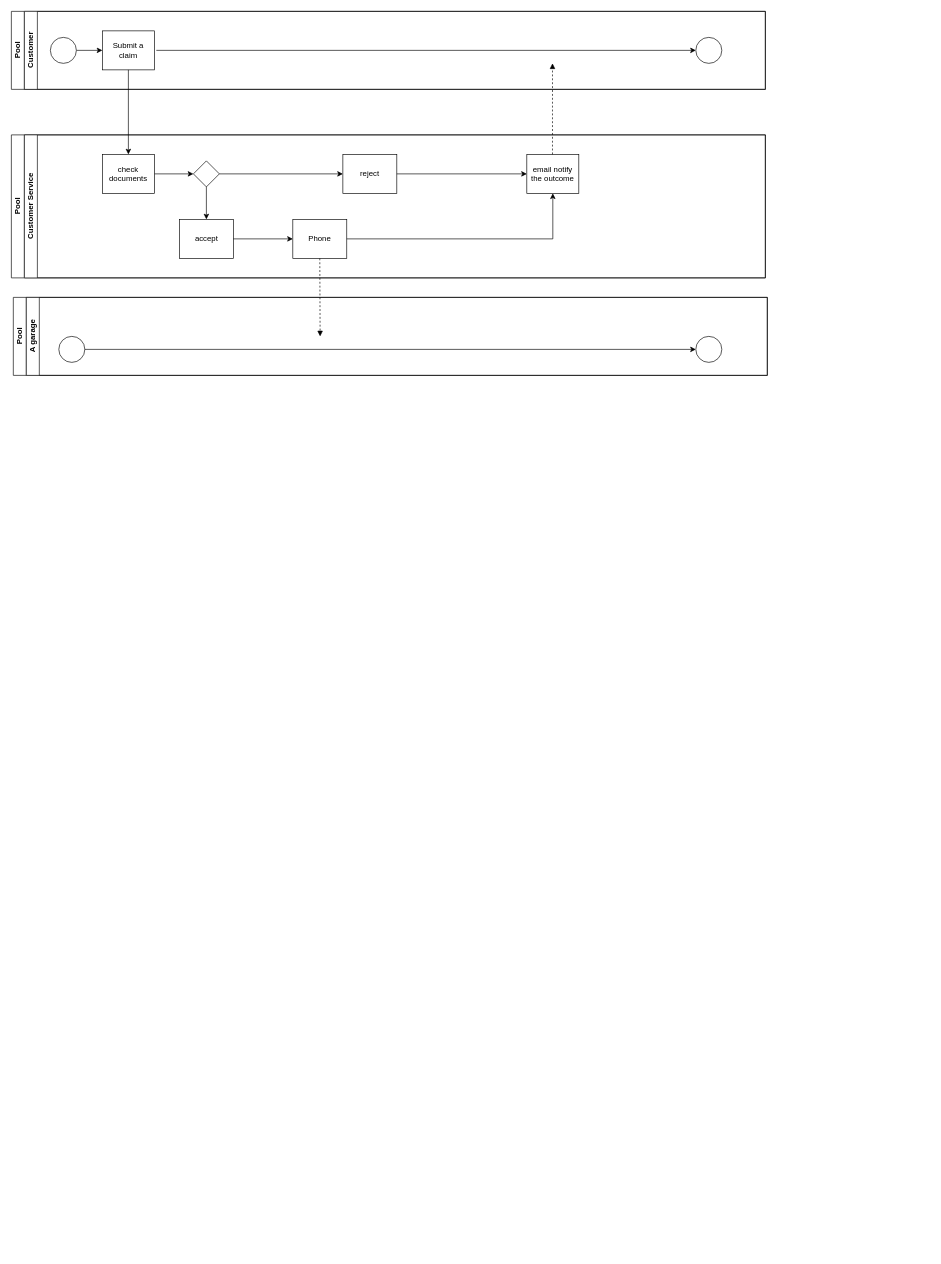
Earlier version of the draw.io diagram TKXDPM.drawio (NightFury712/Test). Source tidied: cells renumbered, new cells numbered last; positions are measured from the earlier drawing's top-left corner, leaving out a move shared by most shapes. Both pictures are drawn from the tidied source at 65%, with x=0, y=0 at pixel (11, 11).
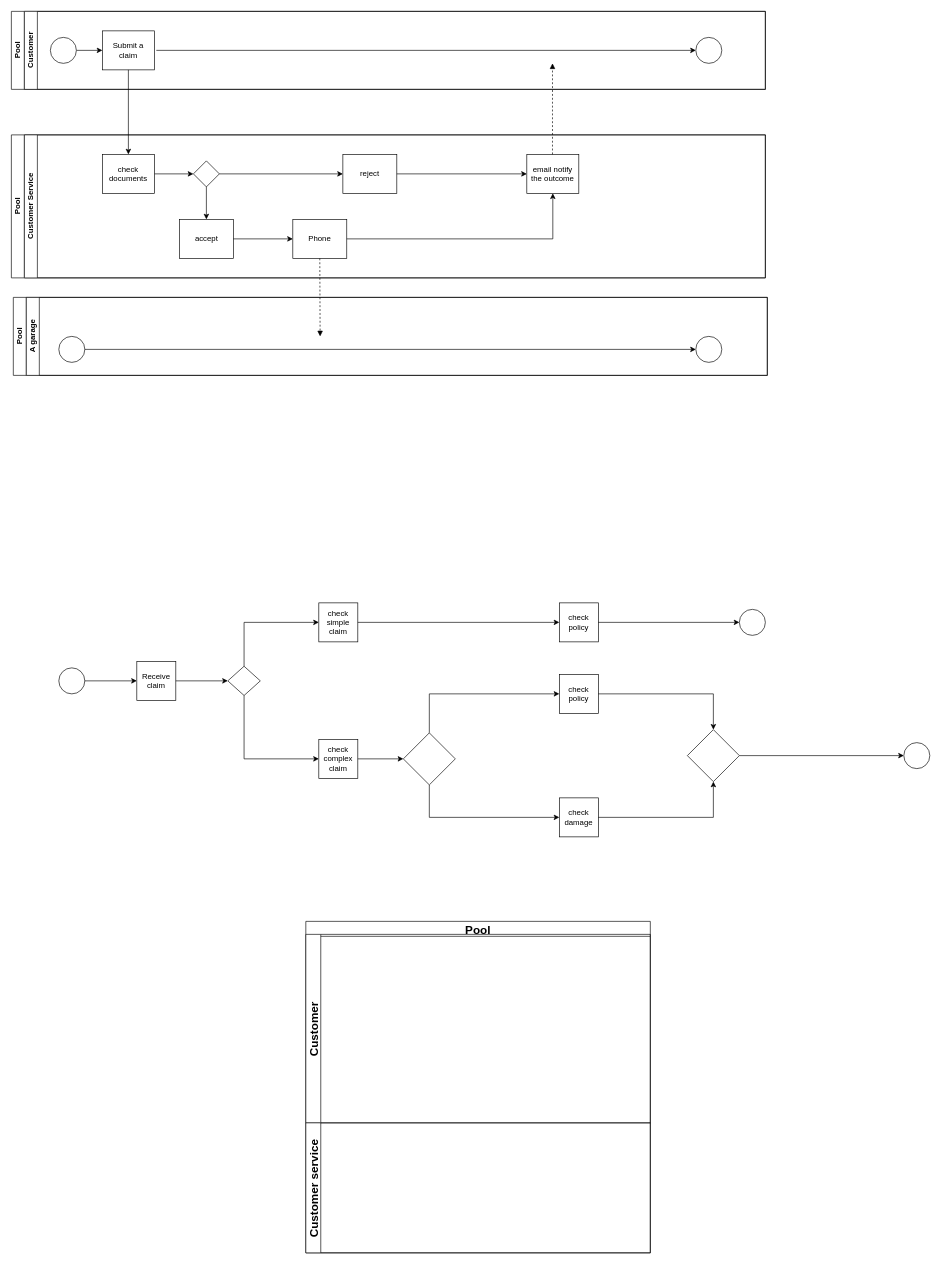
The same diagram, later.

Change to the diagram source:
```diff
@@
+    <mxCell id="33" style="ellipse;whiteSpace=wrap;html=1;" parent="1" vertex="1">
+      <mxGeometry x="73" y="1010" width="40" height="40" as="geometry" />
+    </mxCell>
+    <mxCell id="34" style="endArrow=classic;html=1;rounded=0;exitX=1;exitY=0.5;exitDx=0;exitDy=0;" parent="1" edge="1" source="33" target="35">
+      <mxGeometry relative="1" as="geometry" />
+    </mxCell>
+    <mxCell id="35" value="Receive claim" style="whiteSpace=wrap;html=1;" parent="1" vertex="1">
+      <mxGeometry x="193" y="1000" width="60" height="60" as="geometry" />
+    </mxCell>
+    <mxCell id="36" style="rhombus;fontSize=18;" parent="1" vertex="1">
+      <mxGeometry x="333" y="1007.5" width="50" height="45" as="geometry" />
+    </mxCell>
+    <mxCell id="37" style="endArrow=classic;html=1;rounded=0;exitX=1;exitY=0.5;exitDx=0;exitDy=0;" parent="1" edge="1" source="35" target="36">
+      <mxGeometry relative="1" as="geometry" />
+    </mxCell>
+    <mxCell id="38" value="check complex claim" style="whiteSpace=wrap;html=1;" parent="1" vertex="1">
+      <mxGeometry x="473" y="1120" width="60" height="60" as="geometry" />
+    </mxCell>
+    <mxCell id="39" value="check simple claim" style="whiteSpace=wrap;html=1;" parent="1" vertex="1">
+      <mxGeometry x="473" y="910" width="60" height="60" as="geometry" />
+    </mxCell>
+    <mxCell id="40" style="endArrow=classic;html=1;rounded=0;exitX=0.5;exitY=0;exitDx=0;exitDy=0;entryX=0;entryY=0.5;entryDx=0;entryDy=0;" parent="1" edge="1" source="36" target="39">
+      <mxGeometry relative="1" as="geometry">
+        <Array as="points">
+          <mxPoint x="358" y="940" />
+        </Array>
+      </mxGeometry>
+    </mxCell>
+    <mxCell id="41" style="endArrow=classic;html=1;rounded=0;exitX=0.5;exitY=1;exitDx=0;exitDy=0;entryX=0;entryY=0.5;entryDx=0;entryDy=0;" parent="1" edge="1" source="36" target="38">
+      <mxGeometry relative="1" as="geometry">
+        <Array as="points">
+          <mxPoint x="358" y="1150" />
+        </Array>
+      </mxGeometry>
+    </mxCell>
+    <mxCell id="42" value="check policy" style="whiteSpace=wrap;html=1;" parent="1" vertex="1">
+      <mxGeometry x="843" y="910" width="60" height="60" as="geometry" />
+    </mxCell>
+    <mxCell id="43" style="ellipse;whiteSpace=wrap;html=1;" parent="1" vertex="1">
+      <mxGeometry x="1373" y="1125" width="40" height="40" as="geometry" />
+    </mxCell>
+    <mxCell id="44" style="endArrow=classic;html=1;rounded=0;exitX=1;exitY=0.5;exitDx=0;exitDy=0;entryX=0;entryY=0.5;entryDx=0;entryDy=0;" parent="1" edge="1" source="57" target="43">
+      <mxGeometry relative="1" as="geometry" />
+    </mxCell>
+    <mxCell id="45" value="check damage" style="whiteSpace=wrap;html=1;" parent="1" vertex="1">
+      <mxGeometry x="843" y="1210" width="60" height="60" as="geometry" />
+    </mxCell>
+    <mxCell id="46" style="endArrow=classic;html=1;rounded=0;exitX=1;exitY=0.5;exitDx=0;exitDy=0;entryX=0;entryY=0.5;entryDx=0;entryDy=0;" parent="1" edge="1" source="39" target="42">
+      <mxGeometry relative="1" as="geometry" />
+    </mxCell>
+    <mxCell id="47" style="endArrow=classic;html=1;rounded=0;exitX=0.5;exitY=0;exitDx=0;exitDy=0;entryX=0;entryY=0.5;entryDx=0;entryDy=0;" parent="1" edge="1" source="53" target="51">
+      <mxGeometry relative="1" as="geometry">
+        <Array as="points">
+          <mxPoint x="643" y="1050" />
+        </Array>
+      </mxGeometry>
+    </mxCell>
+    <mxCell id="48" value="Pool" style="swimlane;fontSize=18;" parent="1" vertex="1">
+      <mxGeometry x="453" y="1400" width="530" height="510" as="geometry" />
+    </mxCell>
+    <mxCell id="49" value="Customer" style="swimlane;horizontal=0;fontSize=18;" parent="48" vertex="1">
+      <mxGeometry y="20" width="530" height="290" as="geometry" />
+    </mxCell>
+    <mxCell id="50" value="Customer service" style="swimlane;horizontal=0;fontSize=18;" parent="49" vertex="1">
+      <mxGeometry y="290" width="530" height="200" as="geometry" />
+    </mxCell>
+    <mxCell id="51" value="check policy" style="whiteSpace=wrap;html=1;" parent="1" vertex="1">
+      <mxGeometry x="843" y="1020" width="60" height="60" as="geometry" />
+    </mxCell>
+    <mxCell id="52" style="endArrow=classic;html=1;rounded=0;exitX=0.5;exitY=1;exitDx=0;exitDy=0;entryX=0;entryY=0.5;entryDx=0;entryDy=0;" parent="1" edge="1" source="53" target="45">
+      <mxGeometry relative="1" as="geometry">
+        <Array as="points">
+          <mxPoint x="643" y="1240" />
+        </Array>
+      </mxGeometry>
+    </mxCell>
+    <mxCell id="53" style="rhombus;whiteSpace=wrap;html=1;fontSize=18;" parent="1" vertex="1">
+      <mxGeometry x="603" y="1110" width="80" height="80" as="geometry" />
+    </mxCell>
+    <mxCell id="54" style="endArrow=classic;html=1;rounded=0;fontSize=18;exitX=1;exitY=0.5;exitDx=0;exitDy=0;entryX=0;entryY=0.5;entryDx=0;entryDy=0;" parent="1" edge="1" source="38" target="53">
+      <mxGeometry relative="1" as="geometry" />
+    </mxCell>
+    <mxCell id="55" style="ellipse;whiteSpace=wrap;html=1;" parent="1" vertex="1">
+      <mxGeometry x="1120" y="920" width="40" height="40" as="geometry" />
+    </mxCell>
+    <mxCell id="56" style="endArrow=classic;html=1;rounded=0;exitX=1;exitY=0.5;exitDx=0;exitDy=0;entryX=0;entryY=0.5;entryDx=0;entryDy=0;" parent="1" edge="1" source="42" target="55">
+      <mxGeometry relative="1" as="geometry" />
+    </mxCell>
+    <mxCell id="57" style="rhombus;whiteSpace=wrap;html=1;fontSize=18;" parent="1" vertex="1">
+      <mxGeometry x="1040" y="1105" width="80" height="80" as="geometry" />
+    </mxCell>
+    <mxCell id="58" style="endArrow=classic;html=1;rounded=0;fontSize=18;exitX=1;exitY=0.5;exitDx=0;exitDy=0;entryX=0.5;entryY=0;entryDx=0;entryDy=0;" parent="1" edge="1" source="51" target="57">
+      <mxGeometry relative="1" as="geometry">
+        <Array as="points">
+          <mxPoint x="1080" y="1050" />
+        </Array>
+      </mxGeometry>
+    </mxCell>
+    <mxCell id="59" style="endArrow=classic;html=1;rounded=0;exitX=1;exitY=0.5;exitDx=0;exitDy=0;entryX=0.5;entryY=1;entryDx=0;entryDy=0;" parent="1" edge="1" source="45" target="57">
+      <mxGeometry relative="1" as="geometry">
+        <Array as="points">
+          <mxPoint x="1080" y="1240" />
+        </Array>
+      </mxGeometry>
+    </mxCell>
```
